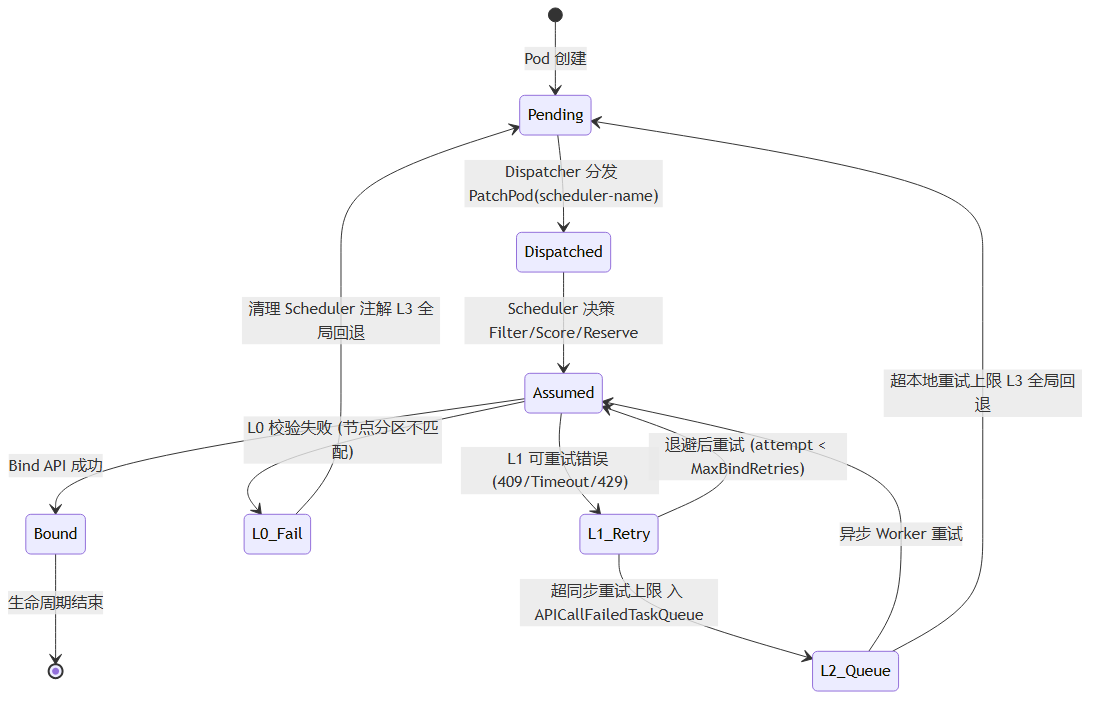
Earlier version of the Mermaid export docs/thesis/figures/fig4-1-pod-state-machine.png (tengfei86/godel-scheduler). Its source is kept beside it as docs/thesis/figures/fig4-1-pod-state-machine.mmd.
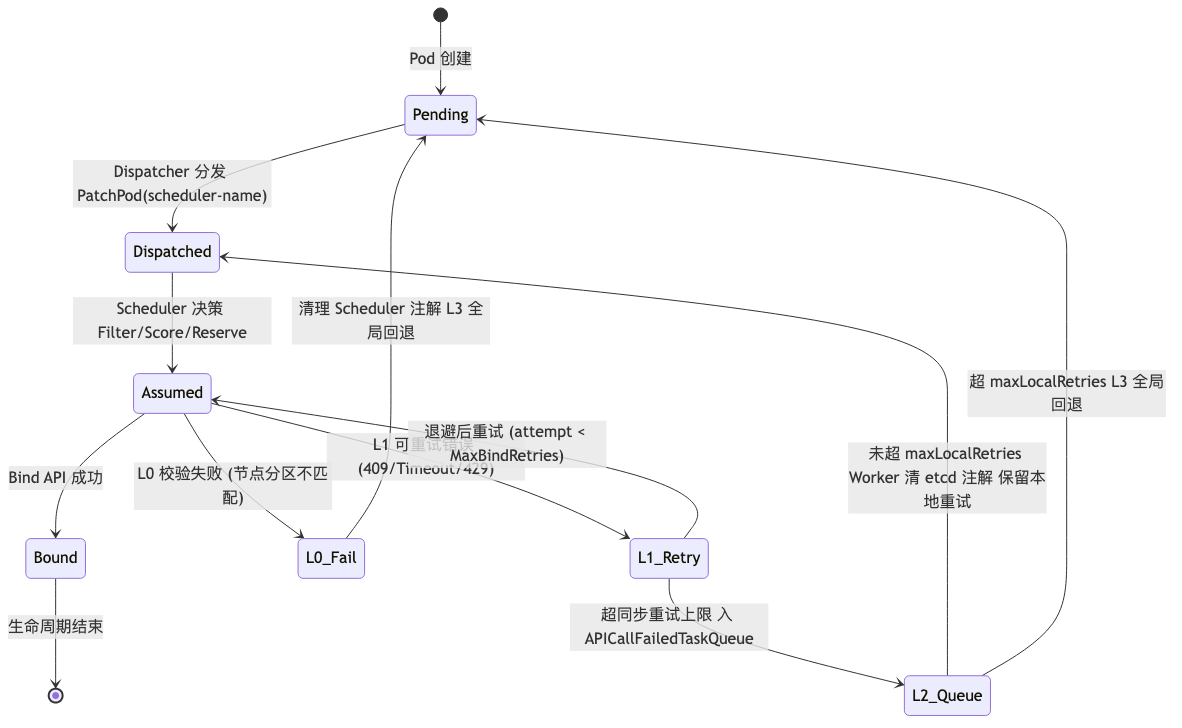
The same file after the commit.

Change to the diagram source:
```diff
@@ -15,10 +15,10 @@
     L1_Retry --> Assumed: 退避后重试 (attempt < MaxBindRetries)
 
     L1_Retry --> L2_Queue: 超同步重试上限 入 APICallFailedTaskQueue
-    L2_Queue --> Assumed: 异步 Worker 重试
+    L2_Queue --> Dispatched: 未超 maxLocalRetries Worker 清 etcd 注解 保留本地重试
 
     L0_Fail --> Pending: 清理 Scheduler 注解 L3 全局回退
-    L2_Queue --> Pending: 超本地重试上限 L3 全局回退
+    L2_Queue --> Pending: 超 maxLocalRetries L3 全局回退
 
     classDef normal fill:#e0fbfc,color:#102a43,stroke:#3a506b,stroke-width:1.5px;
     classDef terminal fill:#d9f99d,color:#14532d,stroke:#65a30d,stroke-width:1.5px;
```
